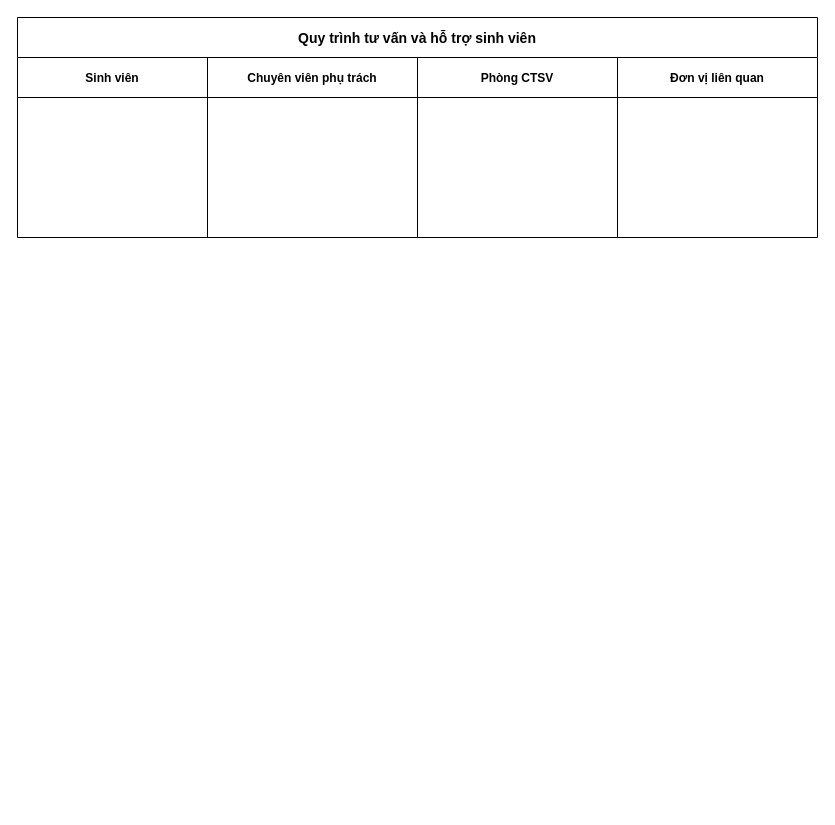
This is Nghiep vu.drawio from dwcsnh/dsa, a draw.io file, before an edit. Source tidied: cells renumbered, new cells numbered last; positions are measured from the earlier drawing's top-left corner, leaving out a move shared by most shapes. Both pictures are drawn from the tidied source at 100%, with x=0, y=0 at pixel (17, 17).
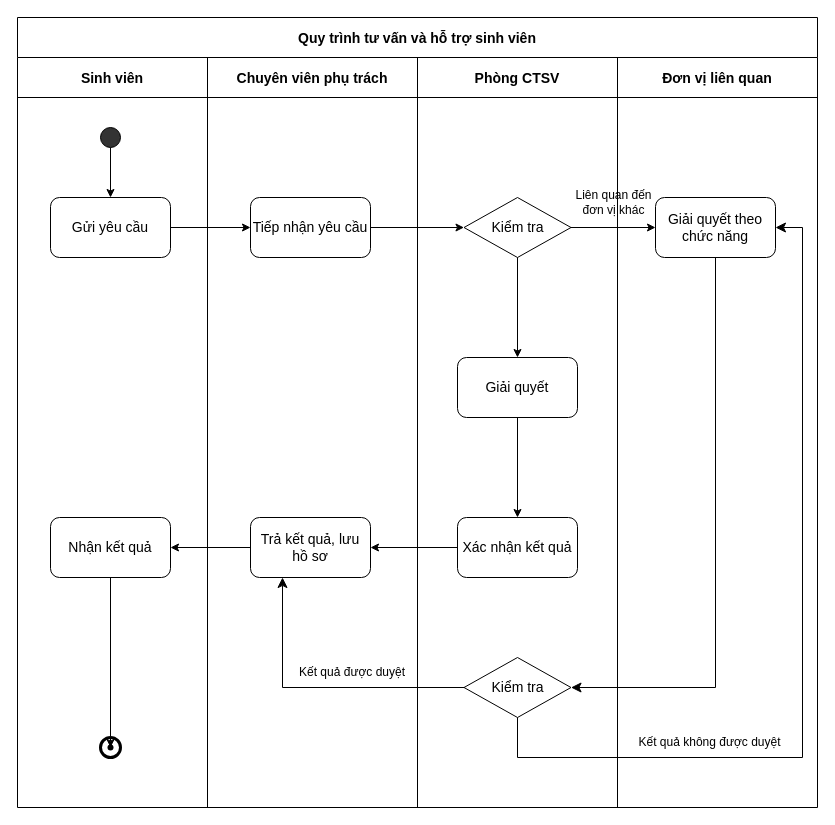
The same page after the edit.

Diff of the diagram source:
```diff
@@
     <mxCell id="2" value="Quy trình tư vấn và hỗ trợ sinh viên" style="shape=table;childLayout=tableLayout;startSize=40;fillColor=none;fontStyle=1;fontSize=14;" parent="1" vertex="1">
-      <mxGeometry width="800" height="220" as="geometry" />
+      <mxGeometry width="800" height="790" as="geometry" />
     </mxCell>
     <mxCell id="3" style="shape=tableRow;horizontal=0;swimlaneHead=0;swimlaneBody=0;top=0;left=0;bottom=0;right=0;fillColor=none;startSize=0;fontStyle=1;" parent="2" vertex="1">
-      <mxGeometry y="40" width="800" height="180" as="geometry" />
+      <mxGeometry y="40" width="800" height="750" as="geometry" />
     </mxCell>
-    <mxCell id="4" value="Sinh viên" style="swimlane;swimlaneHead=0;swimlaneBody=0;fillColor=none;startSize=40;fontStyle=1;" parent="3" vertex="1">
-      <mxGeometry width="190" height="180" as="geometry" />
+    <mxCell id="4" value="Sinh viên" style="swimlane;swimlaneHead=0;swimlaneBody=0;fillColor=none;startSize=40;fontStyle=1;fontSize=14;" parent="3" vertex="1">
+      <mxGeometry width="190" height="750" as="geometry" />
     </mxCell>
+    <mxCell id="8" value="&lt;font style=&quot;font-size: 14px;&quot;&gt;Gửi yêu cầu&lt;/font&gt;" style="rounded=1;whiteSpace=wrap;html=1;" parent="4" vertex="1">
+      <mxGeometry x="33" y="140" width="120" height="60" as="geometry" />
+    </mxCell>
+    <mxCell id="9" value="&lt;font style=&quot;font-size: 14px;&quot;&gt;Tiếp nhận yêu cầu&lt;/font&gt;" style="rounded=1;whiteSpace=wrap;html=1;" parent="4" vertex="1">
+      <mxGeometry x="233" y="140" width="120" height="60" as="geometry" />
+    </mxCell>
+    <mxCell id="10" value="&lt;font style=&quot;font-size: 14px;&quot;&gt;Giải quyết theo chức năng&lt;/font&gt;" style="rounded=1;whiteSpace=wrap;html=1;" parent="4" vertex="1">
+      <mxGeometry x="638" y="140" width="120" height="60" as="geometry" />
+    </mxCell>
+    <mxCell id="11" style="group;" parent="4" vertex="1">
+      <mxGeometry x="83" y="680" width="20" height="20" as="geometry" />
+    </mxCell>
+    <mxCell id="12" style="ellipse;whiteSpace=wrap;html=1;fillStyle=solid;strokeWidth=3;" parent="11" vertex="1">
+      <mxGeometry width="20" height="20" as="geometry" />
+    </mxCell>
+    <mxCell id="13" style="shape=waypoint;sketch=0;fillStyle=solid;size=6;points=[];fillColor=none;perimeter=centerPerimeter;snapToPoint=1;" parent="11" vertex="1">
+      <mxGeometry width="20" height="20" as="geometry" />
+    </mxCell>
+    <mxCell id="14" style="ellipse;whiteSpace=wrap;html=1;fillColor=#333333;" parent="4" vertex="1">
+      <mxGeometry x="83" y="70" width="20" height="20" as="geometry" />
+    </mxCell>
+    <mxCell id="15" style="endArrow=classic;html=1;rounded=0;exitX=0.5;exitY=1;exitDx=0;exitDy=0;entryX=0.5;entryY=0;entryDx=0;entryDy=0;" parent="4" edge="1" source="14" target="8">
+      <mxGeometry relative="1" as="geometry" />
+    </mxCell>
+    <mxCell id="16" style="endArrow=classic;html=1;rounded=0;exitX=1;exitY=0.5;exitDx=0;exitDy=0;entryX=0;entryY=0.5;entryDx=0;entryDy=0;" parent="4" edge="1" source="8" target="9">
+      <mxGeometry relative="1" as="geometry" />
+    </mxCell>
-    <mxCell id="5" value="Chuyên viên phụ trách" style="swimlane;swimlaneHead=0;swimlaneBody=0;fillColor=none;startSize=40;fontStyle=1;" parent="3" vertex="1">
-      <mxGeometry x="190" width="210" height="180" as="geometry" />
+    <mxCell id="5" value="Chuyên viên phụ trách" style="swimlane;swimlaneHead=0;swimlaneBody=0;fillColor=none;startSize=40;fontStyle=1;fontSize=14;" parent="3" vertex="1">
+      <mxGeometry x="190" width="210" height="750" as="geometry" />
     </mxCell>
+    <mxCell id="17" value="Kết quả được duyệt" style="text;html=1;align=center;verticalAlign=middle;whiteSpace=wrap;rounded=0;" parent="5" vertex="1">
+      <mxGeometry x="85" y="600" width="120" height="30" as="geometry" />
+    </mxCell>
-    <mxCell id="6" value="Phòng CTSV" style="swimlane;swimlaneHead=0;swimlaneBody=0;fillColor=none;startSize=40;fontStyle=1;" parent="3" vertex="1">
-      <mxGeometry x="400" width="200" height="180" as="geometry" />
+    <mxCell id="6" value="Phòng CTSV" style="swimlane;swimlaneHead=0;swimlaneBody=0;fillColor=none;startSize=40;fontStyle=1;fontSize=14;" parent="3" vertex="1">
+      <mxGeometry x="400" width="200" height="750" as="geometry" />
     </mxCell>
+    <mxCell id="18" value="&lt;font style=&quot;font-size: 14px;&quot;&gt;Nhận kết quả&lt;/font&gt;" style="rounded=1;whiteSpace=wrap;html=1;" parent="6" vertex="1">
+      <mxGeometry x="-367" y="460" width="120" height="60" as="geometry" />
+    </mxCell>
+    <mxCell id="19" value="Trả kết quả, lưu hồ sơ" style="rounded=1;spacing=3;whiteSpace=wrap;fontSize=14;labelBackgroundColor=default;" parent="6" vertex="1">
+      <mxGeometry x="-167" y="460" width="120" height="60" as="geometry" />
+    </mxCell>
+    <mxCell id="20" value="&lt;font style=&quot;font-size: 14px;&quot;&gt;Xác nhận kết quả&lt;/font&gt;" style="rounded=1;whiteSpace=wrap;html=1;" parent="6" vertex="1">
+      <mxGeometry x="40" y="460" width="120" height="60" as="geometry" />
+    </mxCell>
+    <mxCell id="21" value="&lt;font style=&quot;font-size: 14px;&quot;&gt;Giải quyết&lt;/font&gt;" style="rounded=1;whiteSpace=wrap;html=1;" parent="6" vertex="1">
+      <mxGeometry x="40" y="300" width="120" height="60" as="geometry" />
+    </mxCell>
+    <mxCell id="22" value="&lt;font style=&quot;font-size: 14px;&quot;&gt;Kiểm tra&lt;/font&gt;" style="rhombus;whiteSpace=wrap;html=1;" parent="6" vertex="1">
+      <mxGeometry x="46.5" y="140" width="107" height="60" as="geometry" />
+    </mxCell>
+    <mxCell id="23" value="&lt;font style=&quot;font-size: 14px;&quot;&gt;Kiểm tra&lt;/font&gt;" style="rhombus;whiteSpace=wrap;html=1;" parent="6" vertex="1">
+      <mxGeometry x="46.5" y="600" width="107" height="60" as="geometry" />
+    </mxCell>
+    <mxCell id="24" style="endArrow=classic;html=1;rounded=0;exitX=0.5;exitY=1;exitDx=0;exitDy=0;entryX=0.5;entryY=0;entryDx=0;entryDy=0;" parent="6" edge="1" source="22" target="21">
+      <mxGeometry relative="1" as="geometry" />
+    </mxCell>
+    <mxCell id="25" style="endArrow=classic;html=1;rounded=0;exitX=0.5;exitY=1;exitDx=0;exitDy=0;entryX=0.5;entryY=0;entryDx=0;entryDy=0;" parent="6" edge="1" source="21" target="20">
+      <mxGeometry relative="1" as="geometry" />
+    </mxCell>
+    <mxCell id="26" style="endArrow=classic;html=1;rounded=0;exitX=0;exitY=0.5;exitDx=0;exitDy=0;entryX=1;entryY=0.5;entryDx=0;entryDy=0;" parent="6" edge="1" source="20" target="19">
+      <mxGeometry relative="1" as="geometry" />
+    </mxCell>
+    <mxCell id="27" style="endArrow=classic;html=1;rounded=0;exitX=0;exitY=0.5;exitDx=0;exitDy=0;entryX=1;entryY=0.5;entryDx=0;entryDy=0;" parent="6" edge="1" source="19" target="18">
+      <mxGeometry relative="1" as="geometry" />
+    </mxCell>
+    <mxCell id="28" style="edgeStyle=segmentEdgeStyle;endArrow=classic;html=1;curved=0;rounded=0;endSize=8;startSize=8;exitX=0.5;exitY=1;exitDx=0;exitDy=0;entryX=1;entryY=0.5;entryDx=0;entryDy=0;" parent="6" edge="1">
+      <mxGeometry relative="1" as="geometry">
+        <mxPoint x="298" y="200" as="sourcePoint" />
+        <mxPoint x="153.5" y="630" as="targetPoint" />
+        <Array as="points">
+          <mxPoint x="298" y="630" />
+        </Array>
+      </mxGeometry>
+    </mxCell>
+    <mxCell id="29" style="edgeStyle=segmentEdgeStyle;endArrow=classic;html=1;curved=0;rounded=0;endSize=8;startSize=8;exitX=0;exitY=0.5;exitDx=0;exitDy=0;" parent="6" edge="1" source="23">
+      <mxGeometry relative="1" as="geometry">
+        <mxPoint x="-135" y="520" as="targetPoint" />
+        <Array as="points">
+          <mxPoint x="-135" y="630" />
+          <mxPoint x="-135" y="520" />
+        </Array>
+      </mxGeometry>
+    </mxCell>
+    <mxCell id="30" value="Liên quan đến đơn vị khác" style="text;html=1;align=center;verticalAlign=middle;whiteSpace=wrap;rounded=0;" parent="6" vertex="1">
+      <mxGeometry x="153.5" y="130" width="85" height="30" as="geometry" />
+    </mxCell>
-    <mxCell id="7" value="Đơn vị liên quan" style="swimlane;swimlaneHead=0;swimlaneBody=0;fillColor=none;startSize=40;fontStyle=1;" parent="3" vertex="1">
-      <mxGeometry x="600" width="200" height="180" as="geometry" />
+    <mxCell id="7" value="Đơn vị liên quan" style="swimlane;swimlaneHead=0;swimlaneBody=0;fillColor=none;startSize=40;fontStyle=1;fontSize=14;" parent="3" vertex="1">
+      <mxGeometry x="600" width="200" height="750" as="geometry" />
     </mxCell>
+    <mxCell id="31" value="Kết quả không được duyệt" style="text;html=1;align=center;verticalAlign=middle;whiteSpace=wrap;rounded=0;" parent="7" vertex="1">
+      <mxGeometry x="15" y="670" width="155" height="30" as="geometry" />
+    </mxCell>
+    <mxCell id="32" style="endArrow=classic;html=1;rounded=0;exitX=1;exitY=0.5;exitDx=0;exitDy=0;entryX=0;entryY=0.5;entryDx=0;entryDy=0;" parent="3" edge="1" source="9" target="22">
+      <mxGeometry relative="1" as="geometry" />
+    </mxCell>
+    <mxCell id="33" style="endArrow=classic;html=1;rounded=0;exitX=1;exitY=0.5;exitDx=0;exitDy=0;entryX=0;entryY=0.5;entryDx=0;entryDy=0;" parent="3" edge="1" source="22" target="10">
+      <mxGeometry relative="1" as="geometry" />
+    </mxCell>
+    <mxCell id="34" style="endArrow=classic;html=1;rounded=0;exitX=0.5;exitY=1;exitDx=0;exitDy=0;entryX=-0.158;entryY=0.586;entryDx=0;entryDy=0;entryPerimeter=0;" parent="3" edge="1" source="18" target="13">
+      <mxGeometry relative="1" as="geometry" />
+    </mxCell>
+    <mxCell id="35" style="edgeStyle=segmentEdgeStyle;endArrow=classic;html=1;curved=0;rounded=0;endSize=8;startSize=8;exitX=0.5;exitY=1;exitDx=0;exitDy=0;entryX=1;entryY=0.5;entryDx=0;entryDy=0;" parent="3" edge="1" source="23" target="10">
+      <mxGeometry relative="1" as="geometry">
+        <Array as="points">
+          <mxPoint x="500" y="700" />
+          <mxPoint x="785" y="700" />
+          <mxPoint x="785" y="170" />
+        </Array>
+      </mxGeometry>
+    </mxCell>
```
